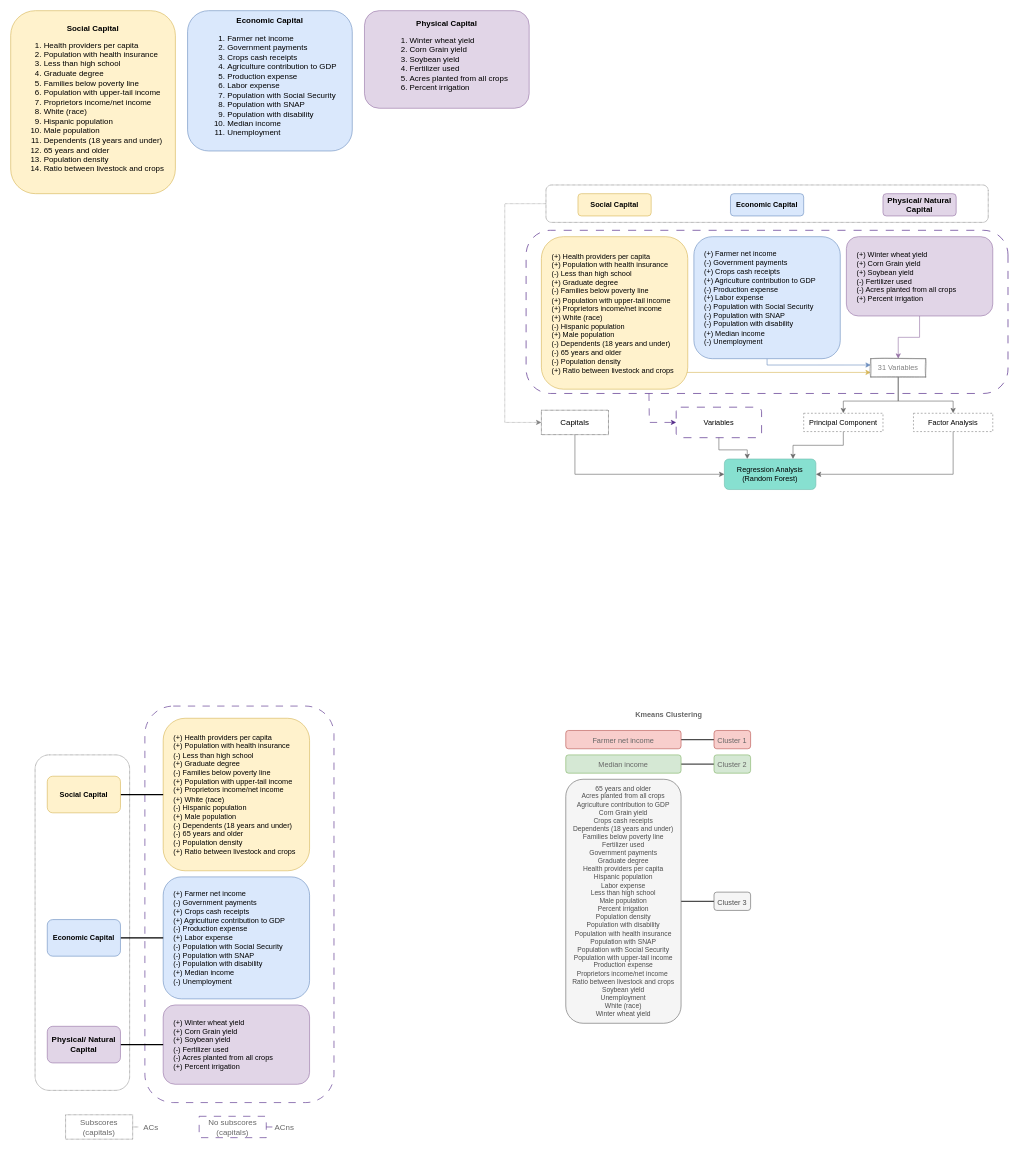
Above: FrameWork2023.drawio in dealchre/gradDrawio (draw.io), before the change. Source tidied: cells renumbered, new cells numbered last; positions are measured from the earlier drawing's top-left corner, leaving out a move shared by most shapes. Both pictures are drawn from the tidied source at 61%, with x=0, y=0 at pixel (10, -18).
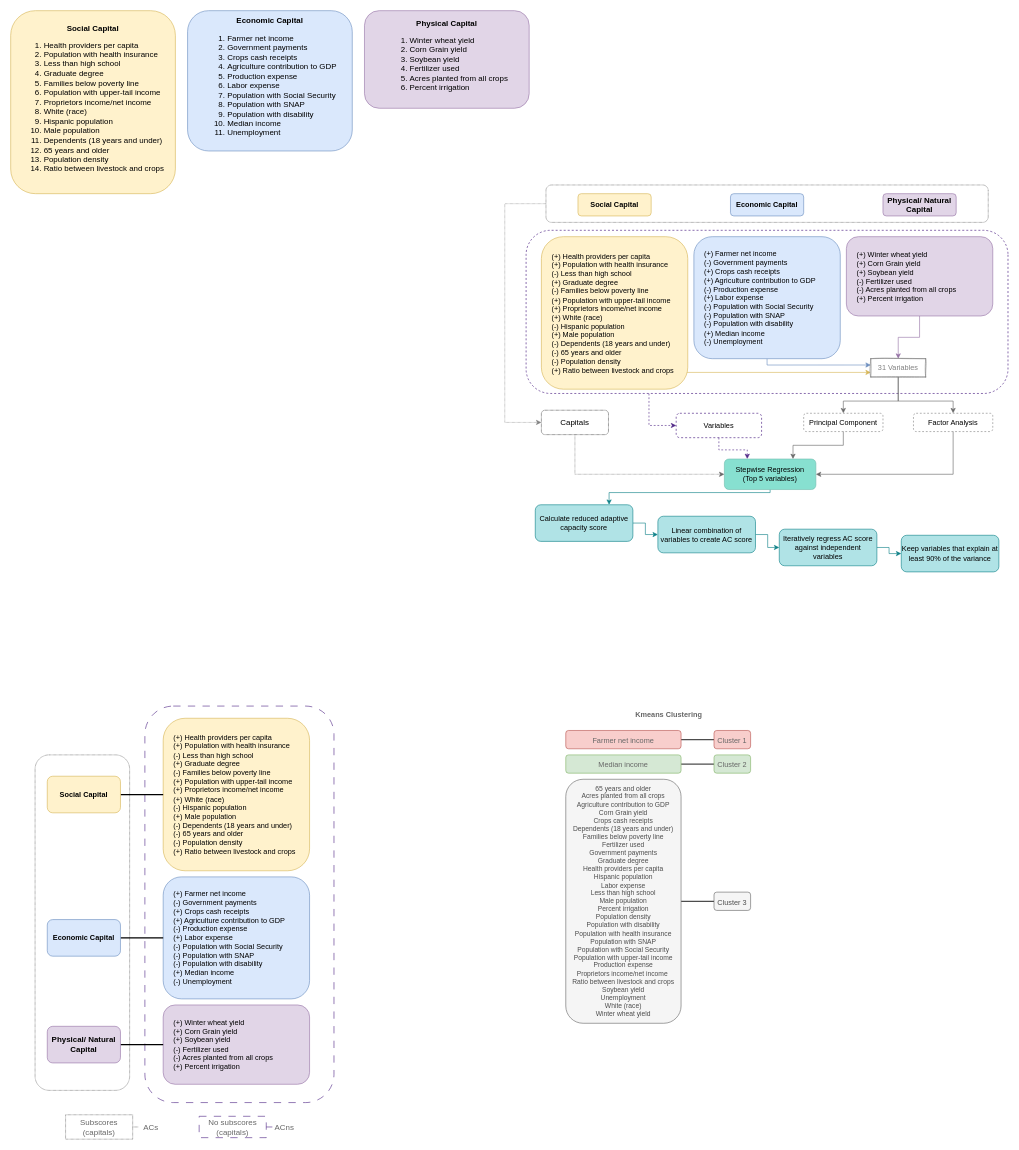
Above is the later version.

Change to the diagram source:
```diff
@@
-    <mxCell id="33" style="edgeStyle=orthogonalEdgeStyle;rounded=0;jettySize=auto;html=1;entryX=0;entryY=0.5;entryDx=0;entryDy=0;fontColor=#808080;strokeColor=#512888;dashed=1;dashPattern=12 12;exitX=1.001;exitY=0.745;exitDx=0;exitDy=0;exitPerimeter=0;" parent="1" edge="1" source="34" target="47">
+    <mxCell id="33" style="edgeStyle=orthogonalEdgeStyle;rounded=0;jettySize=auto;html=1;entryX=0;entryY=0.5;entryDx=0;entryDy=0;fontColor=#808080;strokeColor=#512888;dashed=1;exitX=1.001;exitY=0.745;exitDx=0;exitDy=0;exitPerimeter=0;" parent="1" edge="1" source="34" target="47">
       <mxGeometry relative="1" as="geometry">
         <Array as="points">
-          <mxPoint x="1047" y="677" />
-          <mxPoint x="1047" y="677" />
-          <mxPoint x="1047" y="721" />
+          <mxPoint x="1047" y="726" />
         </Array>
       </mxGeometry>
     </mxCell>
-    <mxCell id="34" style="rounded=1;whiteSpace=wrap;html=1;fontSize=13;labelBorderColor=default;labelBackgroundColor=none;fillColor=none;dashed=1;dashPattern=12 12;strokeColor=#512888;rotation=90;fontColor=#333333;strokeWidth=1.1;" parent="1" vertex="1">
+    <mxCell id="34" style="rounded=1;whiteSpace=wrap;html=1;fontSize=13;labelBorderColor=default;labelBackgroundColor=none;fillColor=none;dashed=1;strokeColor=#512888;rotation=90;fontColor=#333333;strokeWidth=1.1;" parent="1" vertex="1">
       <mxGeometry x="1106.2" y="144.8" width="267.5" height="790" as="geometry" />
     </mxCell>
@@
-    <mxCell id="46" style="edgeStyle=orthogonalEdgeStyle;rounded=0;jettySize=auto;html=1;exitX=0.5;exitY=1;exitDx=0;exitDy=0;entryX=0.25;entryY=0;entryDx=0;entryDy=0;strokeColor=#666666;" parent="1" edge="1" source="47" target="52">
+    <mxCell id="46" style="edgeStyle=orthogonalEdgeStyle;rounded=0;jettySize=auto;html=1;exitX=0.5;exitY=1;exitDx=0;exitDy=0;entryX=0.25;entryY=0;entryDx=0;entryDy=0;strokeColor=#512888;dashed=1;" parent="1" edge="1" source="47" target="52">
       <mxGeometry relative="1" as="geometry" />
     </mxCell>
-    <mxCell id="47" value="Variables" style="text;html=1;strokeColor=#512888;fillColor=none;align=center;verticalAlign=middle;whiteSpace=wrap;rounded=1;fontSize=12;fontColor=default;dashed=1;dashPattern=12 12;strokeWidth=1.1;labelBorderColor=none;labelBackgroundColor=none;" parent="1" vertex="1">
-      <mxGeometry x="1091" y="696" width="140" height="50" as="geometry" />
+    <mxCell id="47" value="Variables" style="text;html=1;strokeColor=#512888;fillColor=none;align=center;verticalAlign=middle;whiteSpace=wrap;rounded=1;fontSize=12;fontColor=default;dashed=1;strokeWidth=1.1;labelBorderColor=none;labelBackgroundColor=none;" parent="1" vertex="1">
+      <mxGeometry x="1091" y="706" width="140" height="40" as="geometry" />
     </mxCell>
-    <mxCell id="48" style="edgeStyle=orthogonalEdgeStyle;rounded=0;jettySize=auto;html=1;exitX=0.5;exitY=1;exitDx=0;exitDy=0;entryX=0;entryY=0.5;entryDx=0;entryDy=0;strokeColor=#666666;" parent="1" edge="1" source="49" target="52">
+    <mxCell id="48" style="edgeStyle=orthogonalEdgeStyle;rounded=0;jettySize=auto;html=1;exitX=0.5;exitY=1;exitDx=0;exitDy=0;entryX=0;entryY=0.5;entryDx=0;entryDy=0;strokeColor=#666666;dashed=1;dashPattern=1 1;" parent="1" edge="1" source="49" target="52">
       <mxGeometry relative="1" as="geometry" />
     </mxCell>
-    <mxCell id="49" value="&lt;font color=&quot;#000000&quot;&gt;Capitals&lt;/font&gt;" style="text;html=1;strokeColor=#000000;fillColor=none;align=center;verticalAlign=middle;whiteSpace=wrap;rounded=0;fontSize=13;fontColor=#666666;dashed=1;dashPattern=1 1;" parent="1" vertex="1">
+    <mxCell id="49" value="&lt;font color=&quot;#000000&quot;&gt;Capitals&lt;/font&gt;" style="text;html=1;strokeColor=#000000;fillColor=none;align=center;verticalAlign=middle;whiteSpace=wrap;rounded=1;fontSize=13;fontColor=#666666;dashed=1;dashPattern=1 1;" parent="1" vertex="1">
       <mxGeometry x="870" y="701" width="110" height="40" as="geometry" />
     </mxCell>
@@
+    <mxCell id="58" style="edgeStyle=orthogonalEdgeStyle;rounded=0;jettySize=auto;html=1;exitX=0.5;exitY=1;exitDx=0;exitDy=0;strokeColor=#0e8088;fillColor=#b0e3e6;" parent="1" edge="1" source="52" target="60">
+      <mxGeometry relative="1" as="geometry">
+        <Array as="points">
+          <mxPoint x="1245" y="836" />
+          <mxPoint x="981" y="836" />
+        </Array>
+      </mxGeometry>
+    </mxCell>
-    <mxCell id="52" value="&lt;font&gt;Regression Analysis &lt;br&gt;(Random Forest)&lt;/font&gt;" style="text;html=1;strokeColor=#72BDAF;fillColor=#87E0D0;align=center;verticalAlign=middle;whiteSpace=wrap;rounded=1;glass=0;shadow=0;fontColor=#000000;fillStyle=solid;" parent="1" vertex="1">
+    <mxCell id="52" value="Stepwise Regression&lt;br&gt;(Top 5 variables)" style="text;html=1;strokeColor=#72BDAF;fillColor=#87E0D0;align=center;verticalAlign=middle;whiteSpace=wrap;rounded=1;glass=0;shadow=0;fontColor=#000000;fillStyle=solid;" parent="1" vertex="1">
       <mxGeometry x="1170" y="781" width="150" height="50" as="geometry" />
     </mxCell>
@@
-    <mxCell id="55" value="&lt;font color=&quot;#000000&quot;&gt;Principal Component&lt;/font&gt;" style="text;html=1;strokeColor=#808080;fillColor=none;align=center;verticalAlign=middle;whiteSpace=wrap;rounded=0;glass=1;shadow=0;fontColor=#666666;dashed=1;" parent="1" vertex="1">
+    <mxCell id="55" value="&lt;font color=&quot;#000000&quot;&gt;Principal Component&lt;/font&gt;" style="text;html=1;strokeColor=#808080;fillColor=none;align=center;verticalAlign=middle;whiteSpace=wrap;rounded=1;glass=0;shadow=0;fontColor=#666666;dashed=1;" parent="1" vertex="1">
       <mxGeometry x="1300" y="706" width="130" height="30" as="geometry" />
     </mxCell>
@@
-    <mxCell id="57" value="&lt;font color=&quot;#000000&quot;&gt;Factor Analysis&lt;/font&gt;" style="text;html=1;strokeColor=#808080;fillColor=none;align=center;verticalAlign=middle;whiteSpace=wrap;rounded=0;glass=1;shadow=0;fontColor=#666666;dashed=1;" parent="1" vertex="1">
+    <mxCell id="57" value="&lt;font color=&quot;#000000&quot;&gt;Factor Analysis&lt;/font&gt;" style="text;html=1;strokeColor=#808080;fillColor=none;align=center;verticalAlign=middle;whiteSpace=wrap;rounded=1;glass=0;shadow=0;fontColor=#666666;dashed=1;" parent="1" vertex="1">
       <mxGeometry x="1480" y="706" width="130" height="30" as="geometry" />
     </mxCell>
+    <mxCell id="59" style="edgeStyle=orthogonalEdgeStyle;rounded=0;jettySize=auto;html=1;exitX=1;exitY=0.5;exitDx=0;exitDy=0;entryX=0;entryY=0.5;entryDx=0;entryDy=0;fillColor=#b0e3e6;strokeColor=#0e8088;" parent="1" edge="1" source="60" target="62">
+      <mxGeometry relative="1" as="geometry" />
+    </mxCell>
+    <mxCell id="60" value="Calculate reduced adaptive capacity score" style="text;html=1;strokeColor=#0e8088;fillColor=#b0e3e6;align=center;verticalAlign=middle;whiteSpace=wrap;rounded=1;glass=0;shadow=0;fillStyle=solid;" parent="1" vertex="1">
+      <mxGeometry x="860" y="856" width="160" height="60" as="geometry" />
+    </mxCell>
+    <mxCell id="61" style="edgeStyle=orthogonalEdgeStyle;rounded=0;jettySize=auto;html=1;exitX=1;exitY=0.5;exitDx=0;exitDy=0;entryX=0;entryY=0.5;entryDx=0;entryDy=0;fillColor=#b0e3e6;strokeColor=#0e8088;" parent="1" edge="1" source="62" target="64">
+      <mxGeometry relative="1" as="geometry" />
+    </mxCell>
+    <mxCell id="62" value="Linear combination of variables to create AC score" style="whiteSpace=wrap;html=1;fillColor=#b0e3e6;strokeColor=#0e8088;rounded=1;glass=0;shadow=0;fillStyle=solid;" parent="1" vertex="1">
+      <mxGeometry x="1061" y="874.8" width="160" height="60" as="geometry" />
+    </mxCell>
+    <mxCell id="63" style="edgeStyle=orthogonalEdgeStyle;rounded=0;jettySize=auto;html=1;exitX=1;exitY=0.5;exitDx=0;exitDy=0;fillColor=#b0e3e6;strokeColor=#0e8088;" parent="1" edge="1" source="64" target="65">
+      <mxGeometry relative="1" as="geometry" />
+    </mxCell>
+    <mxCell id="64" value="Iteratively regress AC score against independent variables" style="whiteSpace=wrap;html=1;fillColor=#b0e3e6;strokeColor=#0e8088;rounded=1;glass=0;shadow=0;fillStyle=solid;" parent="1" vertex="1">
+      <mxGeometry x="1260" y="896" width="160" height="60" as="geometry" />
+    </mxCell>
+    <mxCell id="65" value="Keep variables that explain at least 90% of the variance" style="whiteSpace=wrap;html=1;fillColor=#b0e3e6;strokeColor=#0e8088;rounded=1;glass=0;shadow=0;fillStyle=solid;" parent="1" vertex="1">
+      <mxGeometry x="1460" y="906" width="160" height="60" as="geometry" />
+    </mxCell>
```
